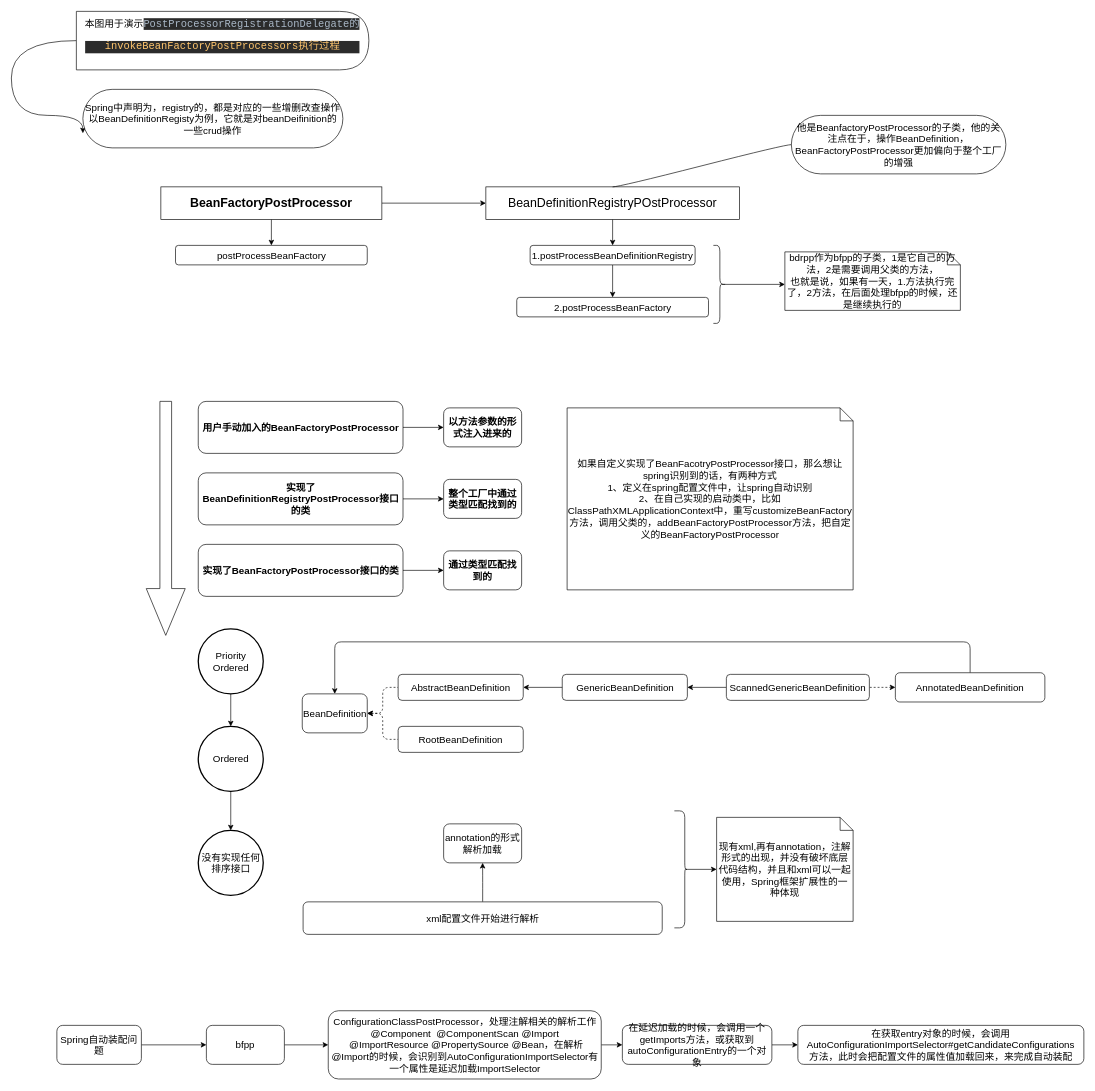
Before: spring/beanFactoryPostProcessor.drawio in ZWYXY/all_images, a draw.io diagram. Source tidied: cells renumbered, new cells numbered last; positions are measured from the earlier drawing's top-left corner, leaving out a move shared by most shapes. Both pictures are drawn from the tidied source at 65%, with x=0, y=0 at pixel (11, 11).
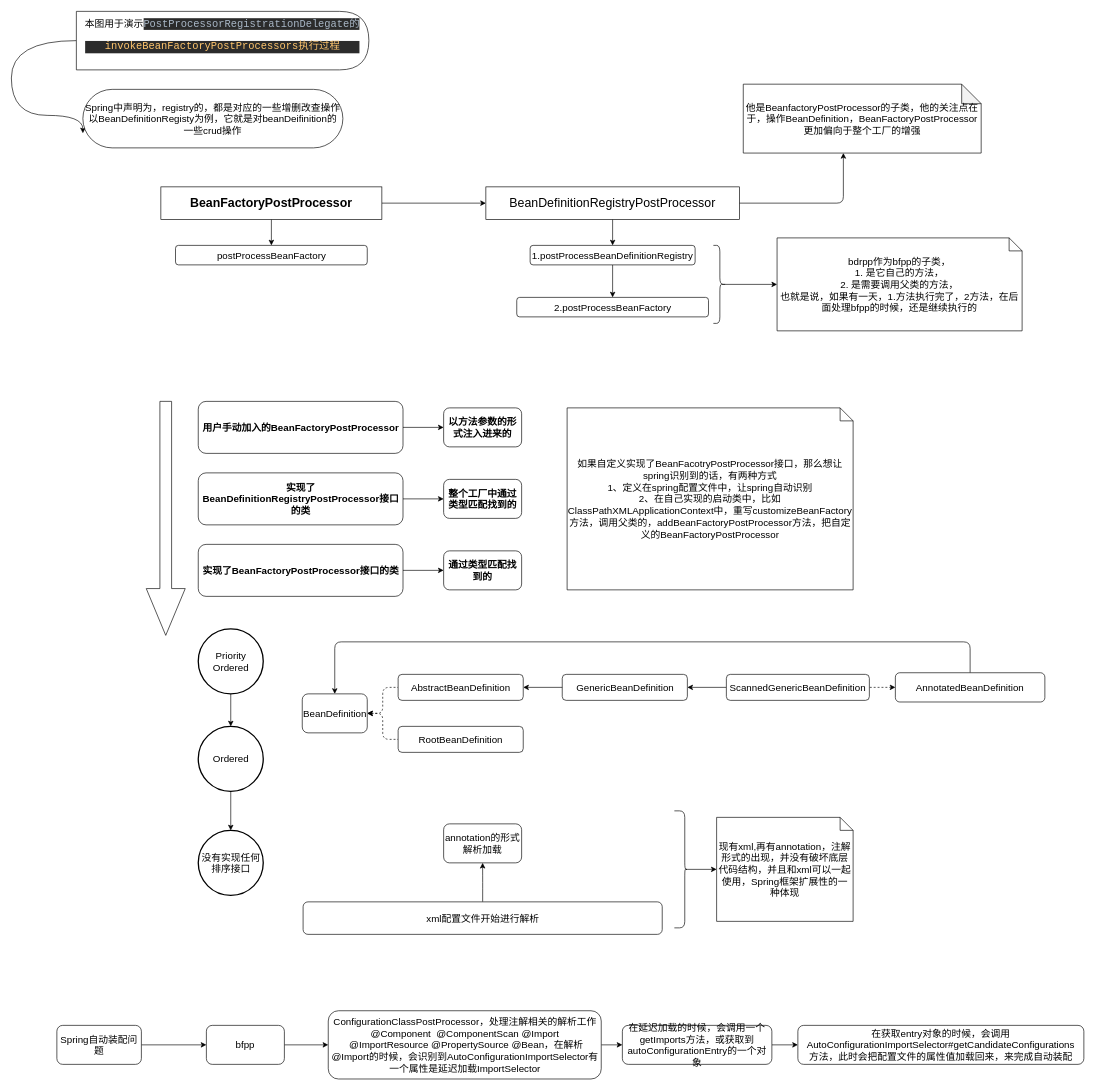
Above is the later version.

The change refers to these unchanged cells:
```xml
<mxCell id="25" style="shape=curlyBracket;whiteSpace=wrap;html=1;rounded=1;flipH=1;fontSize=15;" parent="1" vertex="1">
  <mxGeometry x="1080" y="360" width="20" height="120" as="geometry" />
</mxCell>
```

Change to the diagram source:
```diff
@@
+    <mxCell id="19" style="edgeStyle=elbowEdgeStyle;html=1;exitX=1;exitY=0.5;exitDx=0;exitDy=0;elbow=vertical;" parent="1" edge="1" source="6" target="18">
+      <mxGeometry relative="1" as="geometry">
+        <Array as="points">
+          <mxPoint x="1280" y="295" />
+          <mxPoint x="1321" y="288" />
+        </Array>
+      </mxGeometry>
+    </mxCell>
-    <mxCell id="6" value="&lt;font style=&quot;font-size: 19px&quot;&gt;BeanDefinitionRegistryPOstProcessor&lt;/font&gt;" style="rounded=0;whiteSpace=wrap;html=1;" parent="1" vertex="1">
+    <mxCell id="6" value="&lt;font style=&quot;font-size: 19px&quot;&gt;BeanDefinitionRegistryPostProcessor&lt;/font&gt;" style="rounded=0;whiteSpace=wrap;html=1;" parent="1" vertex="1">
       <mxGeometry x="730" y="270" width="390" height="50" as="geometry" />
     </mxCell>
@@
-    <mxCell id="18" value="他是BeanfactoryPostProcessor的子类，他的关注点在于，操作BeanDefinition，BeanFactoryPostProcessor更加偏向于整个工厂的增强" style="whiteSpace=wrap;html=1;rounded=1;arcSize=50;align=center;verticalAlign=middle;strokeWidth=1;spacing=4;newEdgeStyle={&quot;edgeStyle&quot;:&quot;entityRelationEdgeStyle&quot;,&quot;startArrow&quot;:&quot;none&quot;,&quot;endArrow&quot;:&quot;none&quot;,&quot;segment&quot;:10,&quot;curved&quot;:1};fontSize=15;" parent="1" vertex="1">
-      <mxGeometry x="1200" y="160" width="330" height="90" as="geometry" />
-    </mxCell>
-    <mxCell id="19" style="edgeStyle=entityRelationEdgeStyle;startArrow=none;endArrow=none;segment=10;curved=1;fontSize=15;exitX=0.5;exitY=0;exitDx=0;exitDy=0;" parent="1" edge="1" source="6" target="18">
-      <mxGeometry relative="1" as="geometry" />
-    </mxCell>
@@
-    <mxCell id="24" style="edgeStyle=none;html=1;exitX=0.1;exitY=0.5;exitDx=0;exitDy=0;exitPerimeter=0;fontSize=15;" parent="1" edge="1" source="25">
-      <mxGeometry relative="1" as="geometry">
-        <mxPoint x="1190" y="420" as="targetPoint" />
-      </mxGeometry>
+    <mxCell id="24" style="edgeStyle=none;html=1;exitX=0.1;exitY=0.5;exitDx=0;exitDy=0;exitPerimeter=0;fontSize=15;entryX=0;entryY=0.5;entryDx=0;entryDy=0;entryPerimeter=0;" parent="1" edge="1" source="25" target="26">
+      <mxGeometry relative="1" as="geometry" />
     </mxCell>
@@
-    <mxCell id="26" value="bdrpp作为bfpp的子类，1是它自己的方法，2是需要调用父类的方法，&lt;br&gt;也就是说，如果有一天，1.方法执行完了，2方法，在后面处理bfpp的时候，还是继续执行的" style="shape=note;size=20;whiteSpace=wrap;html=1;fontSize=15;" parent="1" vertex="1">
-      <mxGeometry x="1190" y="370" width="270" height="90" as="geometry" />
+    <mxCell id="26" value="bdrpp作为bfpp的子类，&lt;br&gt;1. 是它自己的方法，&lt;br&gt;2. 是需要调用父类的方法，&lt;br&gt;也就是说，如果有一天，1.方法执行完了，2方法，在后面处理bfpp的时候，还是继续执行的" style="shape=note;size=20;whiteSpace=wrap;html=1;fontSize=15;" parent="1" vertex="1">
+      <mxGeometry x="1178" y="348.5" width="377" height="143" as="geometry" />
     </mxCell>
@@
+    <mxCell id="18" value="&lt;span style=&quot;font-size: 15px&quot;&gt;他是BeanfactoryPostProcessor的子类，他的关注点在于，操作BeanDefinition，BeanFactoryPostProcessor更加偏向于整个工厂的增强&lt;/span&gt;" style="shape=note;whiteSpace=wrap;html=1;backgroundOutline=1;darkOpacity=0.05;" parent="1" vertex="1">
+      <mxGeometry x="1126" y="112" width="366" height="106" as="geometry" />
+    </mxCell>
```
